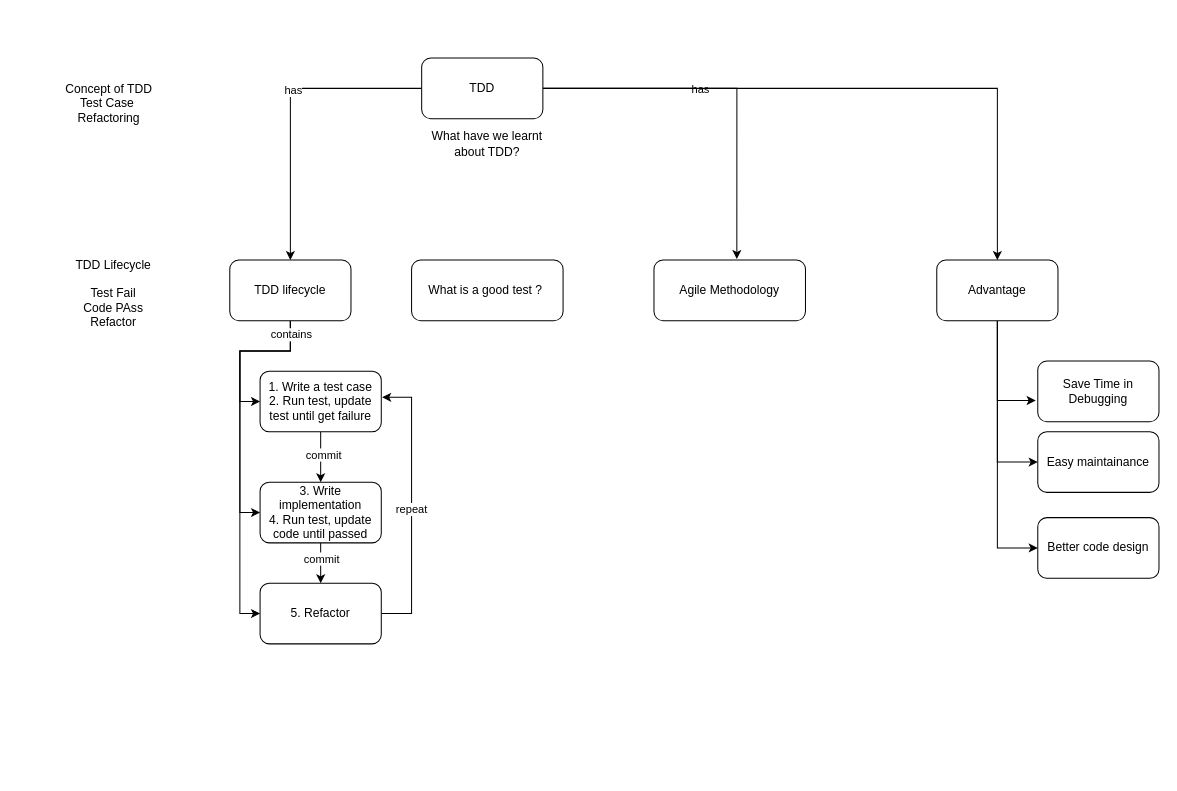
Earlier version of the draw.io diagram TDD Concept Map.drawio (vincent9394/ioDraw). Source tidied: cells renumbered, new cells numbered last; positions are measured from the earlier drawing's top-left corner, leaving out a move shared by most shapes. Both pictures are drawn from the tidied source at 101%, with x=0, y=0 at pixel (17, 58).
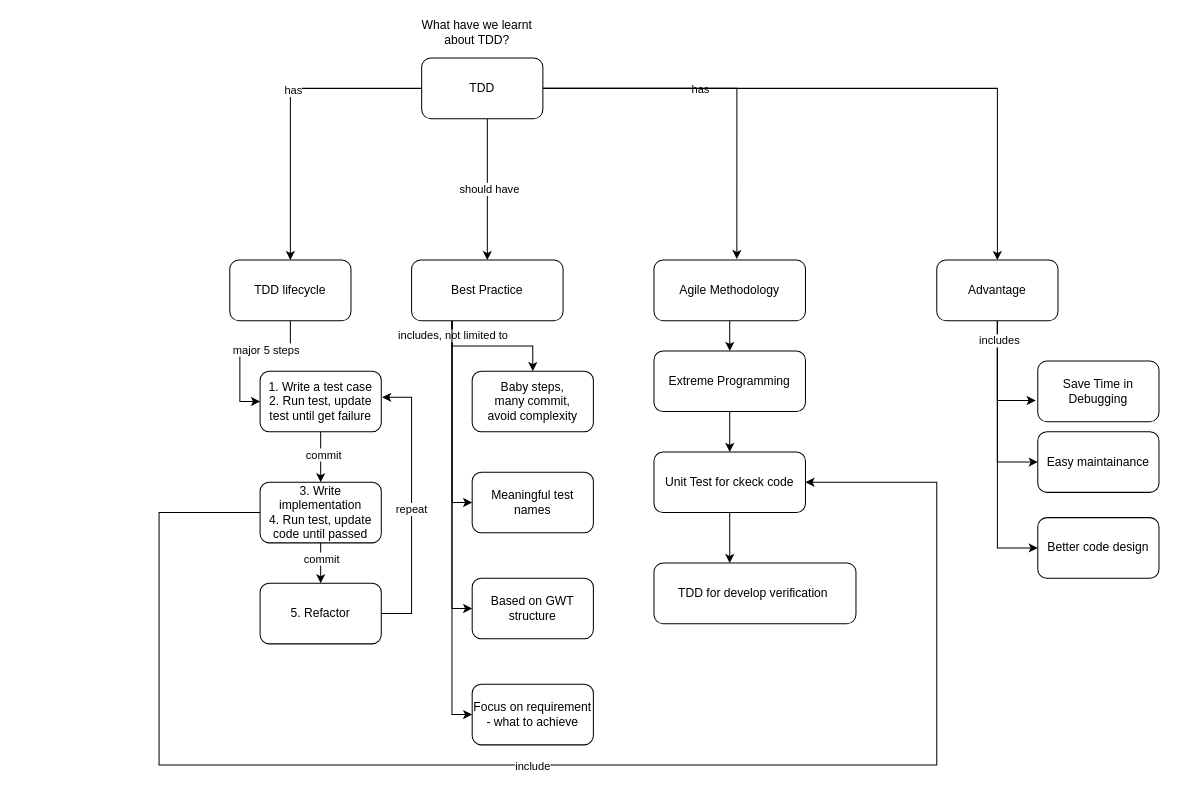
The same diagram, later.

The change refers to these unchanged cells:
```xml
<mxCell id="7" value="TDD" style="rounded=1;whiteSpace=wrap;html=1;" parent="1" vertex="1">
  <mxGeometry x="400" width="120" height="60" as="geometry" />
</mxCell>
<mxCell id="9" style="edgeStyle=orthogonalEdgeStyle;rounded=0;jettySize=auto;html=1;entryX=0;entryY=0.5;entryDx=0;entryDy=0;" parent="1" edge="1" source="13" target="24">
  <mxGeometry relative="1" as="geometry">
    <Array as="points">
      <mxPoint x="270" y="290" />
      <mxPoint x="220" y="290" />
      <mxPoint x="220" y="340" />
    </Array>
  </mxGeometry>
</mxCell>
<mxCell id="13" value="TDD lifecycle" style="rounded=1;whiteSpace=wrap;html=1;" parent="1" vertex="1">
  <mxGeometry x="210" y="200" width="120" height="60" as="geometry" />
</mxCell>
<mxCell id="16" style="edgeStyle=orthogonalEdgeStyle;rounded=0;jettySize=auto;html=1;entryX=0;entryY=0.5;entryDx=0;entryDy=0;" parent="1" edge="1" source="17" target="32">
  <mxGeometry relative="1" as="geometry" />
</mxCell>
<mxCell id="28" value="3. Write implementation&lt;br&gt;4. Run test, update code until passed" style="rounded=1;whiteSpace=wrap;html=1;" parent="1" vertex="1">
  <mxGeometry x="240" y="420" width="120" height="60" as="geometry" />
</mxCell>
<mxCell id="31" value="5. Refactor" style="rounded=1;whiteSpace=wrap;html=1;" parent="1" vertex="1">
  <mxGeometry x="240" y="520" width="120" height="60" as="geometry" />
</mxCell>
<mxCell id="33" value="Agile Methodology" style="rounded=1;whiteSpace=wrap;html=1;" parent="1" vertex="1">
  <mxGeometry x="630" y="200" width="150" height="60" as="geometry" />
</mxCell>
```

What changed in the source:
```diff
@@
+    <mxCell id="34" style="edgeStyle=orthogonalEdgeStyle;rounded=0;jettySize=auto;html=1;entryX=0.5;entryY=0;entryDx=0;entryDy=0;" parent="1" edge="1" source="7" target="19">
+      <mxGeometry relative="1" as="geometry">
+        <Array as="points">
+          <mxPoint x="465" y="100" />
+          <mxPoint x="465" y="100" />
+        </Array>
+      </mxGeometry>
+    </mxCell>
+    <mxCell id="35" value="should have" style="edgeLabel;html=1;align=center;verticalAlign=middle;" parent="34" vertex="1">
+      <mxGeometry x="-0.01" y="1" relative="1" as="geometry" />
+    </mxCell>
@@
     <mxCell id="8" value="What have we learnt about TDD?" style="text;html=1;strokeColor=none;fillColor=none;align=center;verticalAlign=middle;whiteSpace=wrap;rounded=0;" parent="1" vertex="1">
-      <mxGeometry x="400" y="70" width="130" height="30" as="geometry" />
+      <mxGeometry x="390" y="-40" width="130" height="30" as="geometry" />
     </mxCell>
@@
-    <mxCell id="10" style="edgeStyle=orthogonalEdgeStyle;rounded=0;jettySize=auto;html=1;entryX=0;entryY=0.5;entryDx=0;entryDy=0;" parent="1" edge="1" source="13" target="28">
-      <mxGeometry relative="1" as="geometry">
-        <Array as="points">
-          <mxPoint x="270" y="290" />
-          <mxPoint x="220" y="290" />
-          <mxPoint x="220" y="450" />
-        </Array>
-      </mxGeometry>
-    </mxCell>
-    <mxCell id="11" style="edgeStyle=orthogonalEdgeStyle;rounded=0;jettySize=auto;html=1;entryX=0;entryY=0.5;entryDx=0;entryDy=0;" parent="1" edge="1" source="13" target="31">
-      <mxGeometry relative="1" as="geometry">
-        <Array as="points">
-          <mxPoint x="270" y="290" />
-          <mxPoint x="220" y="290" />
-          <mxPoint x="220" y="550" />
-        </Array>
-      </mxGeometry>
-    </mxCell>
-    <mxCell id="12" value="contains" style="edgeLabel;html=1;align=center;verticalAlign=middle;" parent="11" vertex="1">
-      <mxGeometry x="-0.93" relative="1" as="geometry" />
-    </mxCell>
+    <mxCell id="36" value="major 5 steps" style="edgeLabel;html=1;align=center;verticalAlign=middle;" parent="9" vertex="1">
+      <mxGeometry x="-0.27" y="-2" relative="1" as="geometry" />
+    </mxCell>
@@
+    <mxCell id="37" value="includes" style="edgeLabel;html=1;align=center;verticalAlign=middle;" parent="16" vertex="1">
+      <mxGeometry x="-0.86" y="1" relative="1" as="geometry" />
+    </mxCell>
@@
-    <mxCell id="18" value="Concept of TDD&lt;br&gt;Test Case&amp;nbsp;&lt;br&gt;Refactoring" style="text;html=1;align=center;verticalAlign=middle;strokeColor=none;fillColor=none;" parent="1" vertex="1">
-      <mxGeometry x="40" y="20" width="100" height="50" as="geometry" />
-    </mxCell>
+    <mxCell id="38" style="edgeStyle=orthogonalEdgeStyle;rounded=0;jettySize=auto;html=1;entryX=0.5;entryY=0;entryDx=0;entryDy=0;" parent="1" edge="1" source="19" target="46">
+      <mxGeometry relative="1" as="geometry">
+        <Array as="points">
+          <mxPoint x="430" y="285" />
+          <mxPoint x="510" y="285" />
+        </Array>
+      </mxGeometry>
+    </mxCell>
+    <mxCell id="39" style="edgeStyle=orthogonalEdgeStyle;rounded=0;jettySize=auto;html=1;entryX=0;entryY=0.5;entryDx=0;entryDy=0;" parent="1" edge="1" source="19" target="48">
+      <mxGeometry relative="1" as="geometry">
+        <Array as="points">
+          <mxPoint x="430" y="440" />
+        </Array>
+      </mxGeometry>
+    </mxCell>
+    <mxCell id="40" style="edgeStyle=orthogonalEdgeStyle;rounded=0;jettySize=auto;html=1;entryX=0;entryY=0.5;entryDx=0;entryDy=0;" parent="1" edge="1" source="19" target="50">
+      <mxGeometry relative="1" as="geometry">
+        <Array as="points">
+          <mxPoint x="430" y="545" />
+        </Array>
+      </mxGeometry>
+    </mxCell>
+    <mxCell id="41" value="includes, not limited to" style="edgeLabel;html=1;align=center;verticalAlign=middle;" parent="40" vertex="1">
+      <mxGeometry x="-0.91" relative="1" as="geometry" />
+    </mxCell>
+    <mxCell id="42" style="edgeStyle=orthogonalEdgeStyle;rounded=0;jettySize=auto;html=1;entryX=0;entryY=0.5;entryDx=0;entryDy=0;" parent="1" edge="1" source="19" target="52">
+      <mxGeometry relative="1" as="geometry">
+        <Array as="points">
+          <mxPoint x="430" y="650" />
+        </Array>
+      </mxGeometry>
+    </mxCell>
-    <mxCell id="19" value="What is a good test ?&amp;nbsp;" style="rounded=1;whiteSpace=wrap;html=1;" parent="1" vertex="1">
+    <mxCell id="19" value="Best Practice" style="rounded=1;whiteSpace=wrap;html=1;" parent="1" vertex="1">
       <mxGeometry x="390" y="200" width="150" height="60" as="geometry" />
     </mxCell>
-    <mxCell id="20" value="TDD Lifecycle&lt;br&gt;&lt;br&gt;Test Fail&lt;br&gt;Code PAss&lt;br&gt;Refactor" style="text;html=1;strokeColor=none;fillColor=none;align=center;verticalAlign=middle;whiteSpace=wrap;rounded=0;" parent="1" vertex="1">
-      <mxGeometry y="218" width="190" height="30" as="geometry" />
-    </mxCell>
@@
+    <mxCell id="43" style="edgeStyle=orthogonalEdgeStyle;rounded=0;jettySize=auto;html=1;entryX=1;entryY=0.5;entryDx=0;entryDy=0;" parent="1" edge="1" source="28" target="53">
+      <mxGeometry relative="1" as="geometry">
+        <Array as="points">
+          <mxPoint x="140" y="450" />
+          <mxPoint x="140" y="700" />
+          <mxPoint x="910" y="700" />
+          <mxPoint x="910" y="420" />
+        </Array>
+      </mxGeometry>
+    </mxCell>
+    <mxCell id="44" value="include" style="edgeLabel;html=1;align=center;verticalAlign=middle;" parent="43" vertex="1">
+      <mxGeometry x="-0.06" relative="1" as="geometry" />
+    </mxCell>
@@
+    <mxCell id="45" style="edgeStyle=orthogonalEdgeStyle;rounded=0;jettySize=auto;html=1;" parent="1" edge="1" source="33" target="49">
+      <mxGeometry relative="1" as="geometry" />
+    </mxCell>
+    <mxCell id="46" value="Baby steps,&lt;br&gt;many commit,&lt;br&gt;avoid complexity" style="rounded=1;whiteSpace=wrap;html=1;" parent="1" vertex="1">
+      <mxGeometry x="450" y="310" width="120" height="60" as="geometry" />
+    </mxCell>
@@
+    <mxCell id="47" style="edgeStyle=orthogonalEdgeStyle;rounded=0;jettySize=auto;html=1;entryX=0.5;entryY=0;entryDx=0;entryDy=0;" parent="1" edge="1" source="49" target="53">
+      <mxGeometry relative="1" as="geometry" />
+    </mxCell>
+    <mxCell id="48" value="Meaningful test names" style="rounded=1;whiteSpace=wrap;html=1;" parent="1" vertex="1">
+      <mxGeometry x="450" y="410" width="120" height="60" as="geometry" />
+    </mxCell>
+    <mxCell id="49" value="Extreme Programming" style="rounded=1;whiteSpace=wrap;html=1;" parent="1" vertex="1">
+      <mxGeometry x="630" y="290" width="150" height="60" as="geometry" />
+    </mxCell>
+    <mxCell id="50" value="Based on GWT structure" style="rounded=1;whiteSpace=wrap;html=1;" parent="1" vertex="1">
+      <mxGeometry x="450" y="515" width="120" height="60" as="geometry" />
+    </mxCell>
+    <mxCell id="51" style="edgeStyle=orthogonalEdgeStyle;rounded=0;jettySize=auto;html=1;entryX=0.375;entryY=0;entryDx=0;entryDy=0;entryPerimeter=0;" parent="1" edge="1" source="53" target="54">
+      <mxGeometry relative="1" as="geometry" />
+    </mxCell>
+    <mxCell id="52" value="Focus on requirement - what to achieve" style="rounded=1;whiteSpace=wrap;html=1;" parent="1" vertex="1">
+      <mxGeometry x="450" y="620" width="120" height="60" as="geometry" />
+    </mxCell>
+    <mxCell id="53" value="Unit Test for ckeck code" style="rounded=1;whiteSpace=wrap;html=1;" parent="1" vertex="1">
+      <mxGeometry x="630" y="390" width="150" height="60" as="geometry" />
+    </mxCell>
+    <mxCell id="54" value="TDD for develop verification&amp;nbsp;" style="rounded=1;whiteSpace=wrap;html=1;" parent="1" vertex="1">
+      <mxGeometry x="630" y="500" width="200" height="60" as="geometry" />
+    </mxCell>
```
